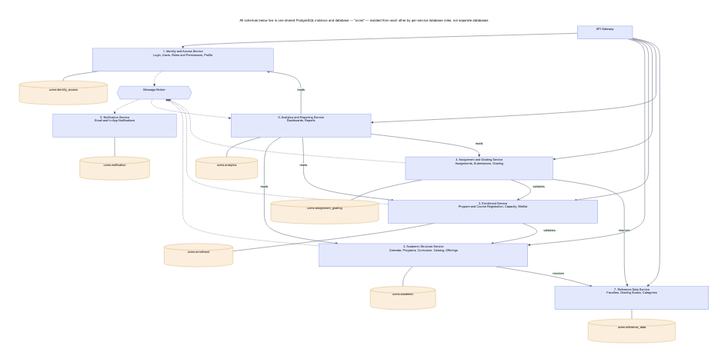
ESD-ONE/University-Course-Management-System keeps this Mermaid diagram as docs/architecture/microservices-architecture.png. Above is the earlier version. Its source is kept beside it as docs/architecture/microservices-architecture.mmd.
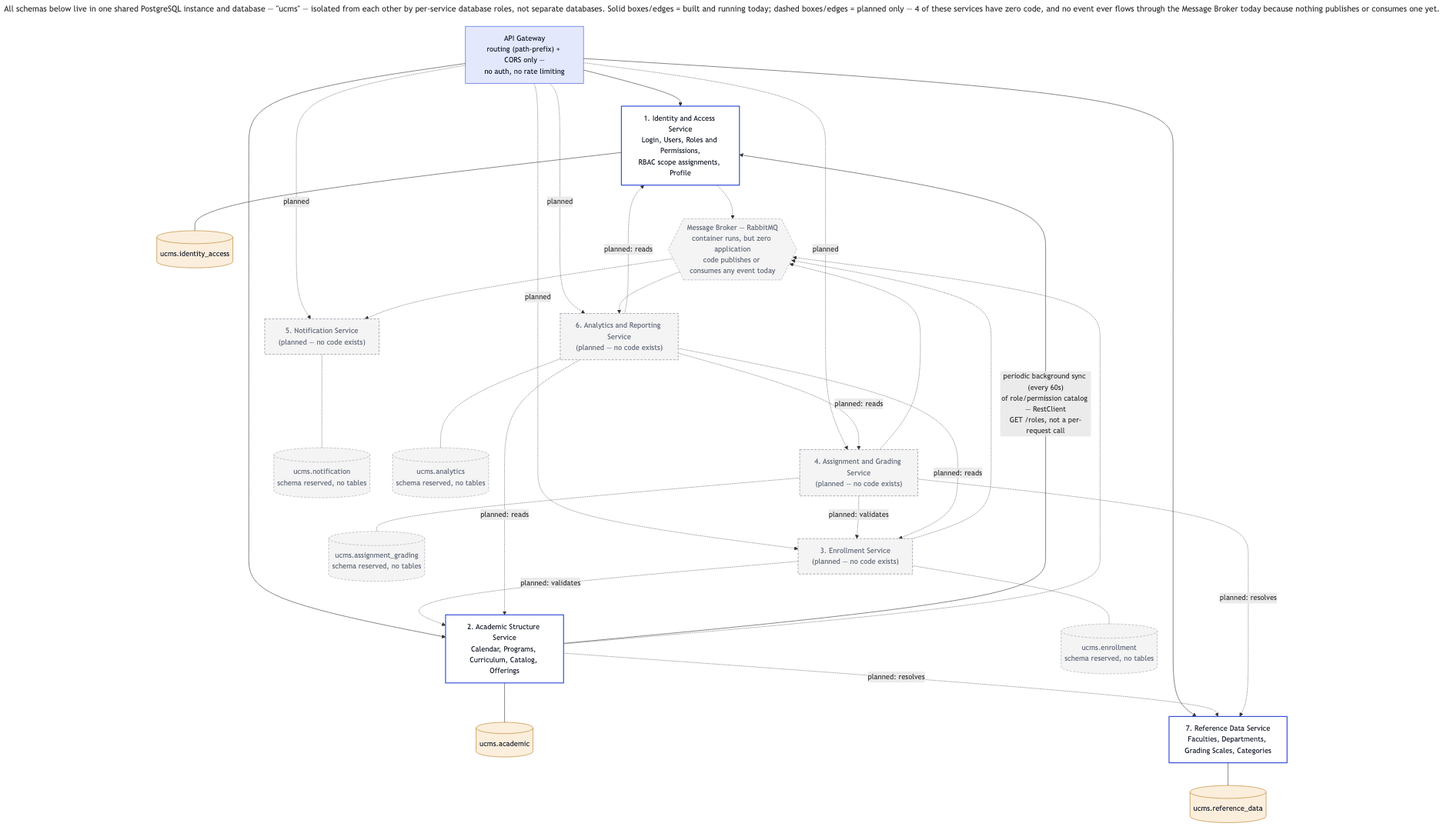
The same diagram one commit later.

Diff of the diagram source:
```diff
@@ -1,10 +1,10 @@
 ---
-title: All schemas below live in one shared PostgreSQL instance and database — "ucms" — isolated from each other by per-service database roles, not separate databases
+title: "All schemas below live in one shared PostgreSQL instance and database — \"ucms\" — isolated from each other by per-service database roles, not separate databases. Solid boxes/edges = built and running today; dashed boxes/edges = planned only — 4 of these services have zero code, and no event ever flows through the Message Broker today because nothing publishes or consumes one yet."
 ---
 flowchart TB
-    GW["API Gateway"]
+    GW["API Gateway<br/>routing (path-prefix) + CORS only —<br/>no auth, no rate limiting"]
 
-    IAM["1. Identity and Access Service<br/>Login, Users, Roles and Permissions, Profile"]
+    IAM["1. Identity and Access Service<br/>Login, Users, Roles and Permissions,<br/>RBAC scope assignments, Profile"]
     IAMSCHEMA[("ucms.identity_access")]
     IAM --- IAMSCHEMA
 
@@ -12,39 +12,42 @@
     ACADSCHEMA[("ucms.academic")]
     ACAD --- ACADSCHEMA
 
-    ENR["3. Enrollment Service<br/>Program and Course Registration, Capacity, Waitlist"]
-    ENRSCHEMA[("ucms.enrollment")]
-    ENR --- ENRSCHEMA
-
-    GRADE["4. Assignment and Grading Service<br/>Assignments, Submissions, Grading"]
-    GRADESCHEMA[("ucms.assignment_grading")]
-    GRADE --- GRADESCHEMA
-
-    NOTIF["5. Notification Service<br/>Email and In-App Notifications"]
-    NOTIFSCHEMA[("ucms.notification")]
-    NOTIF --- NOTIFSCHEMA
-
-    ANALYTICS["6. Analytics and Reporting Service<br/>Dashboards, Reports"]
-    ANALYTICSSCHEMA[("ucms.analytics")]
-    ANALYTICS --- ANALYTICSSCHEMA
-
-    REF["7. Reference Data Service<br/>Faculties, Grading Scales, Categories"]
+    REF["7. Reference Data Service<br/>Faculties, Departments, Grading Scales, Categories"]
     REFSCHEMA[("ucms.reference_data")]
     REF --- REFSCHEMA
 
+    ENR["3. Enrollment Service<br/>(planned — no code exists)"]
+    ENRSCHEMA[("ucms.enrollment<br/>schema reserved, no tables")]
+    ENR -.- ENRSCHEMA
+
+    GRADE["4. Assignment and Grading Service<br/>(planned — no code exists)"]
+    GRADESCHEMA[("ucms.assignment_grading<br/>schema reserved, no tables")]
+    GRADE -.- GRADESCHEMA
+
+    NOTIF["5. Notification Service<br/>(planned — no code exists)"]
+    NOTIFSCHEMA[("ucms.notification<br/>schema reserved, no tables")]
+    NOTIF -.- NOTIFSCHEMA
+
+    ANALYTICS["6. Analytics and Reporting Service<br/>(planned — no code exists)"]
+    ANALYTICSSCHEMA[("ucms.analytics<br/>schema reserved, no tables")]
+    ANALYTICS -.- ANALYTICSSCHEMA
+
     GW --> IAM
     GW --> ACAD
-    GW --> ENR
-    GW --> GRADE
-    GW --> ANALYTICS
     GW --> REF
+    GW -.->|planned| ENR
+    GW -.->|planned| GRADE
+    GW -.->|planned| NOTIF
+    GW -.->|planned| ANALYTICS
 
-    ENR -->|validates| ACAD
-    ACAD -->|resolves| REF
-    GRADE -->|validates| ENR
-    GRADE -->|resolves| REF
+    ACAD -->|"periodic background sync (every 60s)<br/>of role/permission catalog — RestClient<br/>GET /roles, not a per-request call"| IAM
 
-    MQ{{Message Broker}}
+    ENR -.->|planned: validates| ACAD
+    ACAD -.->|planned: resolves| REF
+    GRADE -.->|planned: validates| ENR
+    GRADE -.->|planned: resolves| REF
+
+    MQ{{"Message Broker — RabbitMQ<br/>container runs, but zero application<br/>code publishes or consumes any event today"}}
     ENR -.-> MQ
     GRADE -.-> MQ
     ACAD -.-> MQ
@@ -52,10 +55,21 @@
     MQ -.-> NOTIF
     MQ -.-> ANALYTICS
 
-    ANALYTICS -->|reads| IAM
-    ANALYTICS -->|reads| ACAD
-    ANALYTICS -->|reads| ENR
-    ANALYTICS -->|reads| GRADE
+    ANALYTICS -.->|planned: reads| IAM
+    ANALYTICS -.->|planned: reads| ACAD
+    ANALYTICS -.->|planned: reads| ENR
+    ANALYTICS -.->|planned: reads| GRADE
 
     classDef schema fill:#FBEEDC,stroke:#B4791F,color:#161B29
-    class IAMSCHEMA,ACADSCHEMA,ENRSCHEMA,GRADESCHEMA,NOTIFSCHEMA,ANALYTICSSCHEMA,REFSCHEMA schema
+    classDef schemaPlanned fill:#F4F4F4,stroke:#9CA3AF,color:#6B7280,stroke-dasharray: 5 3
+    classDef svcBuilt fill:#FFFFFF,stroke:#3450D6,stroke-width:2px,color:#161B29
+    classDef svcPlanned fill:#F4F4F4,stroke:#9CA3AF,color:#6B7280,stroke-width:1.5px,stroke-dasharray: 5 3
+    classDef gateway fill:#E4E8FC,color:#161B29,stroke:#3450D6
+    classDef async fill:#F4F4F4,stroke:#9CA3AF,color:#6B7280,stroke-dasharray: 5 3
+
+    class IAMSCHEMA,ACADSCHEMA,REFSCHEMA schema
+    class ENRSCHEMA,GRADESCHEMA,NOTIFSCHEMA,ANALYTICSSCHEMA schemaPlanned
+    class IAM,ACAD,REF svcBuilt
+    class ENR,GRADE,NOTIF,ANALYTICS svcPlanned
+    class GW gateway
+    class MQ async
```
